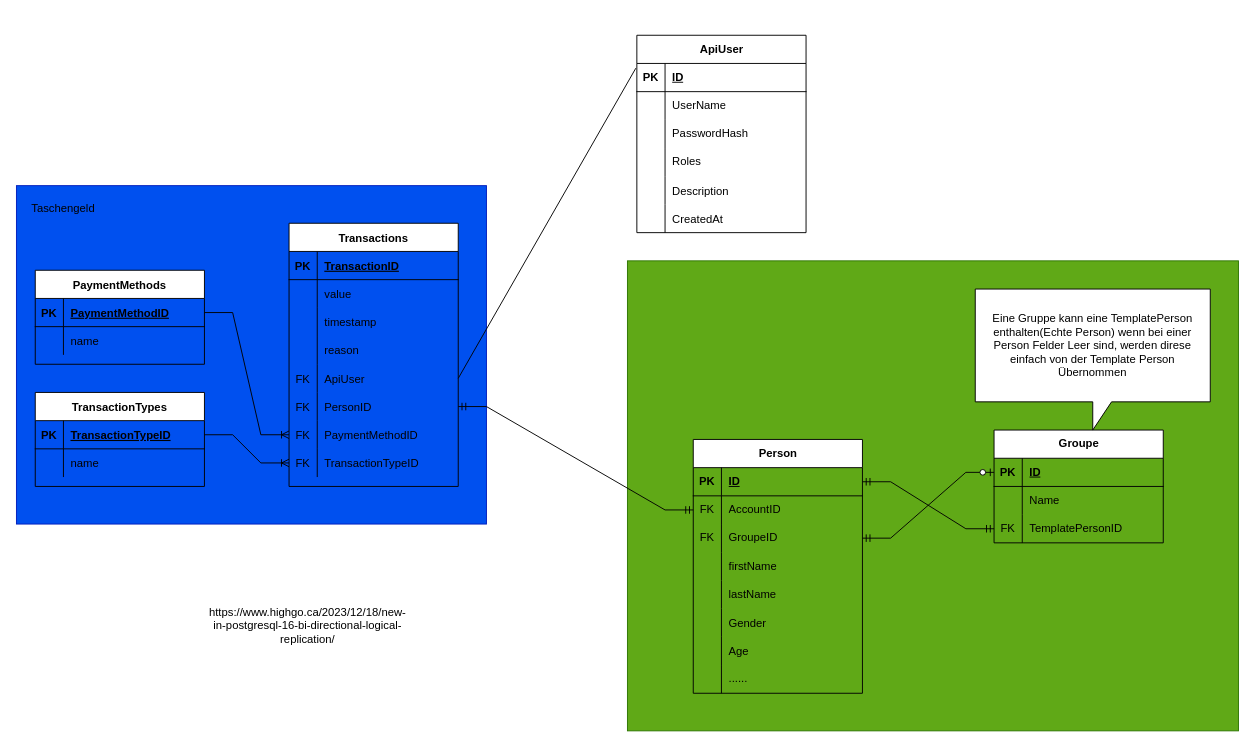
TheEinfachFelix/CampAdmin keeps this draw.io diagram as page "NEU" (1 of 2) of Backend/ER Diagramm.drawio. Above is the earlier version. Source tidied: cells renumbered, new cells numbered last; positions are measured from the earlier drawing's top-left corner, leaving out a move shared by most shapes. Both pictures are drawn from the tidied source at 94%, with x=0, y=0 at pixel (16, 35).
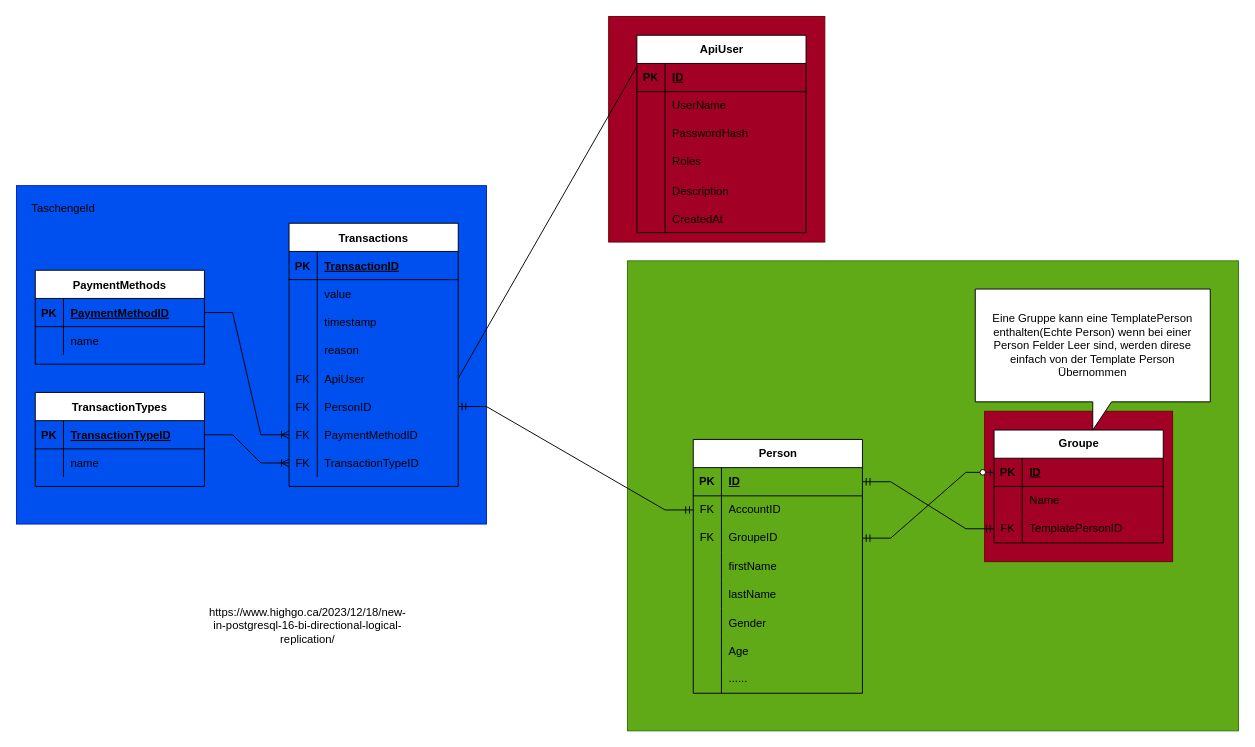
Above is the later version.

What changed in the source:
```diff
@@
+    <mxCell id="106" style="rounded=0;whiteSpace=wrap;html=1;fillColor=#a20025;fontColor=#ffffff;strokeColor=#6F0000;" parent="1" vertex="1">
+      <mxGeometry x="1030" y="400" width="200" height="160" as="geometry" />
+    </mxCell>
+    <mxCell id="107" style="rounded=0;whiteSpace=wrap;html=1;fillColor=#a20025;fontColor=#ffffff;strokeColor=#6F0000;" parent="1" vertex="1">
+      <mxGeometry x="630" y="-20" width="230" height="240" as="geometry" />
+    </mxCell>
```
